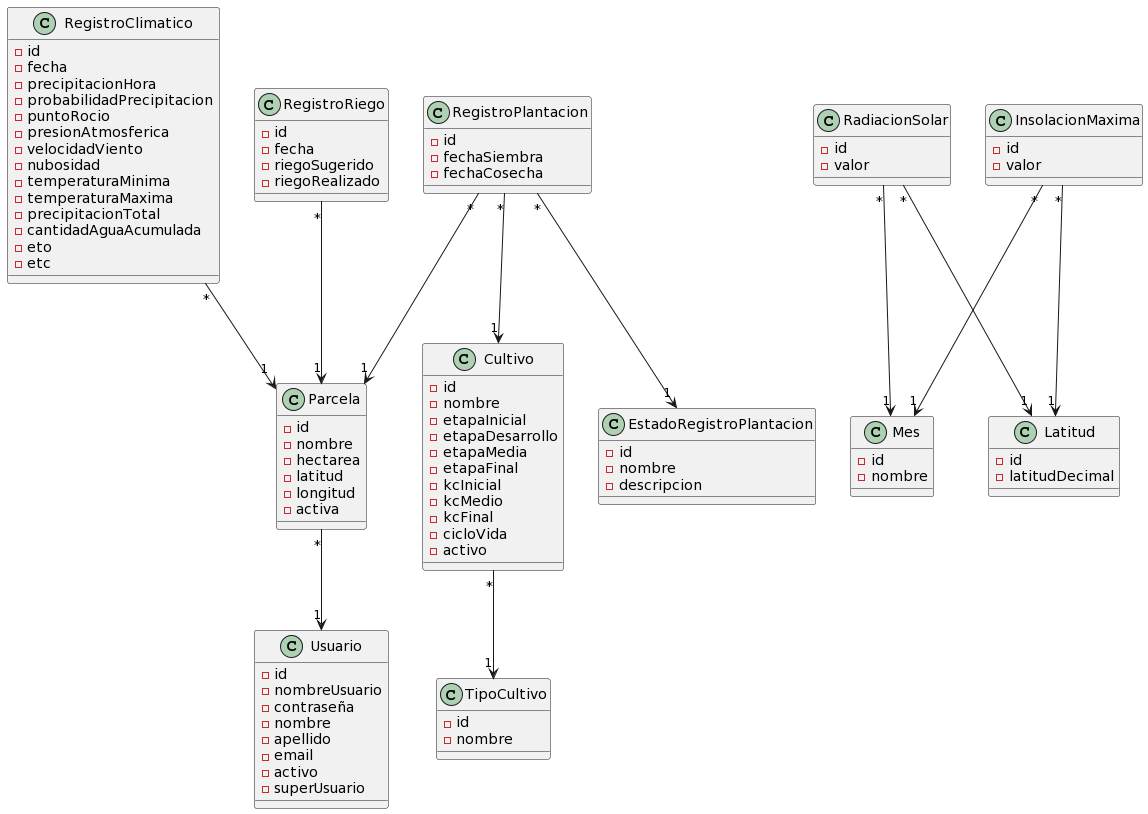
The PlantUML diagram domain model/MDominio: Sistema de riego.png in facundopaez-dev/sistema-web-riego, before a commit.
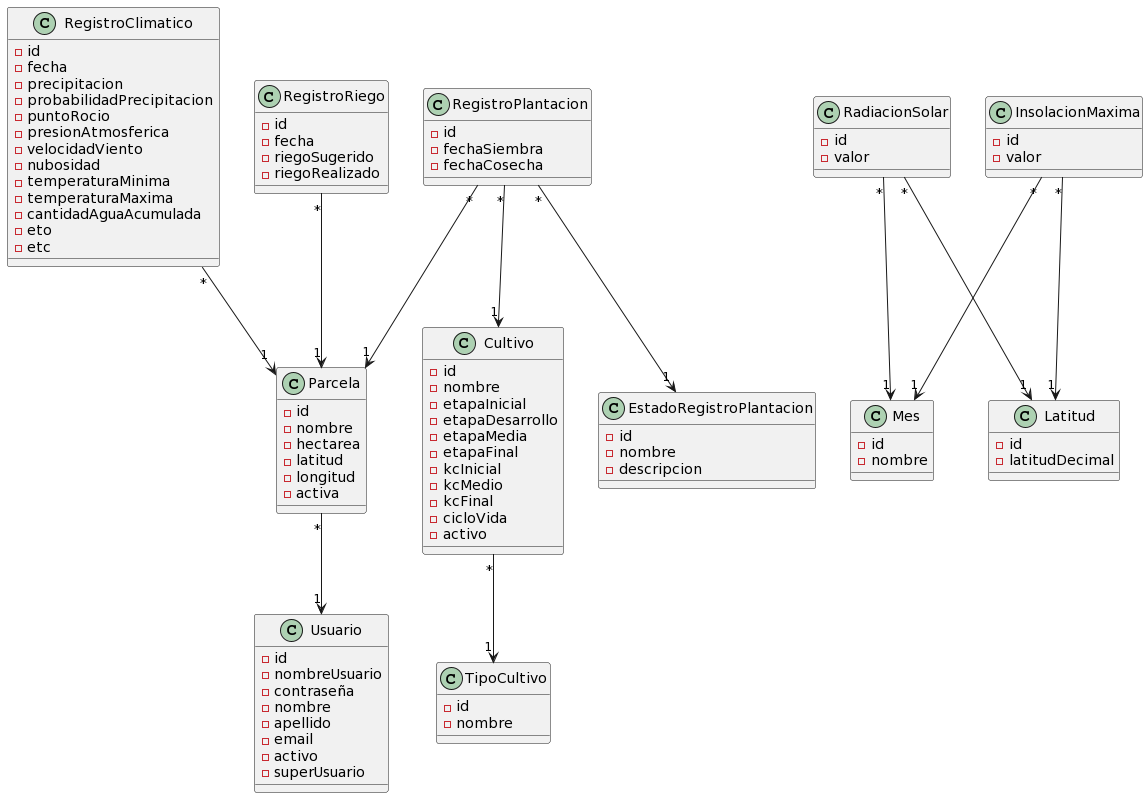
The same file after the commit.

The edit, as a diff of the source:
```diff
@@ -42,7 +42,7 @@
 class RegistroClimatico {
 -id
 -fecha
--precipitacionHora
+-precipitacion
 -probabilidadPrecipitacion
 -puntoRocio
 -presionAtmosferica
@@ -50,7 +50,6 @@
 -nubosidad
 -temperaturaMinima
 -temperaturaMaxima
--precipitacionTotal
 -cantidadAguaAcumulada
 -eto
 -etc
```
